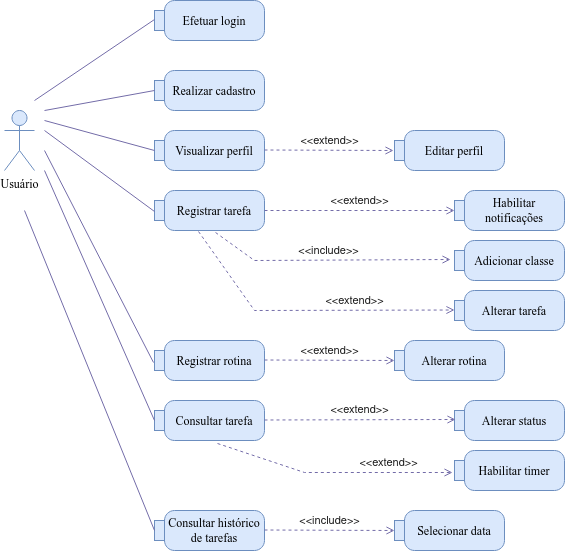
estefanirup/PROJETO-FINAL keeps this draw.io diagram as Diagrama de casos de uso.drawio.png. Above is the earlier version. Source tidied: cells renumbered, new cells last; positions are measured from the earlier drawing's top-left corner, leaving out a move shared by most shapes.
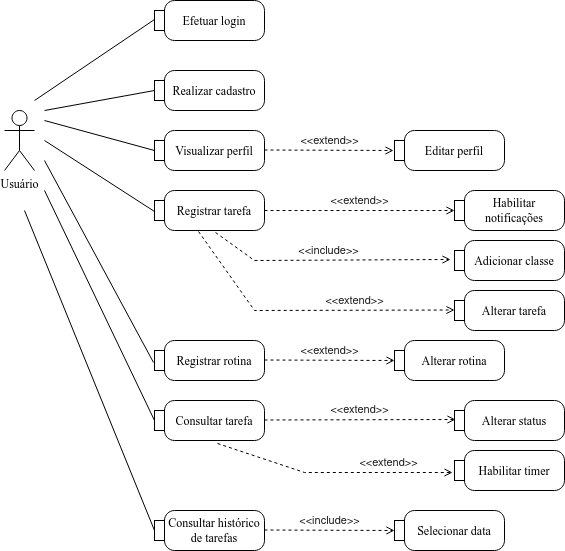
The same diagram one commit later.

Change to the diagram source:
```diff
@@ -2,135 +2,135 @@
   <root>
     <mxCell id="0" />
     <mxCell id="1" parent="0" />
-    <mxCell id="2" value="Usuário" style="shape=umlActor;verticalLabelPosition=bottom;verticalAlign=top;html=1;fillColor=#dae8fc;strokeColor=#6c8ebf;fontFamily=Times New Roman;" parent="1" vertex="1">
+    <mxCell id="2" value="Usuário" style="shape=umlActor;verticalLabelPosition=bottom;verticalAlign=top;html=1;fontFamily=Times New Roman;fillColor=none;" parent="1" vertex="1">
       <mxGeometry y="110" width="30" height="60" as="geometry" />
     </mxCell>
-    <mxCell id="3" value="Efetuar login" style="shape=mxgraph.uml25.action;html=1;align=center;verticalAlign=middle;absoluteArcSize=1;arcSize=10;dashed=0;spacingLeft=10;flipH=1;whiteSpace=wrap;strokeColor=#6c8ebf;fillColor=#dae8fc;fontFamily=Times New Roman;" parent="1" vertex="1">
+    <mxCell id="3" value="Efetuar login" style="shape=mxgraph.uml25.action;html=1;align=center;verticalAlign=middle;absoluteArcSize=1;arcSize=10;dashed=0;spacingLeft=10;flipH=1;whiteSpace=wrap;fontFamily=Times New Roman;fillColor=none;" parent="1" vertex="1">
       <mxGeometry x="150" width="110" height="40" as="geometry" />
     </mxCell>
-    <mxCell id="4" value="Realizar cadastro" style="shape=mxgraph.uml25.action;html=1;align=center;verticalAlign=middle;absoluteArcSize=1;arcSize=10;dashed=0;spacingLeft=10;flipH=1;whiteSpace=wrap;strokeColor=#6c8ebf;fillColor=#dae8fc;fontFamily=Times New Roman;" parent="1" vertex="1">
+    <mxCell id="4" value="Realizar cadastro" style="shape=mxgraph.uml25.action;html=1;align=center;verticalAlign=middle;absoluteArcSize=1;arcSize=10;dashed=0;spacingLeft=10;flipH=1;whiteSpace=wrap;fontFamily=Times New Roman;fillColor=none;" parent="1" vertex="1">
       <mxGeometry x="150" y="70" width="110" height="40" as="geometry" />
     </mxCell>
-    <mxCell id="5" value="Visualizar perfil" style="shape=mxgraph.uml25.action;html=1;align=center;verticalAlign=middle;absoluteArcSize=1;arcSize=10;dashed=0;spacingLeft=10;flipH=1;whiteSpace=wrap;strokeColor=#6c8ebf;fillColor=#dae8fc;fontFamily=Times New Roman;" parent="1" vertex="1">
+    <mxCell id="5" value="Visualizar perfil" style="shape=mxgraph.uml25.action;html=1;align=center;verticalAlign=middle;absoluteArcSize=1;arcSize=10;dashed=0;spacingLeft=10;flipH=1;whiteSpace=wrap;fontFamily=Times New Roman;fillColor=none;" parent="1" vertex="1">
       <mxGeometry x="150" y="130" width="110" height="40" as="geometry" />
     </mxCell>
-    <mxCell id="6" value="Editar perfil" style="shape=mxgraph.uml25.action;html=1;align=center;verticalAlign=middle;absoluteArcSize=1;arcSize=10;dashed=0;spacingLeft=10;flipH=1;whiteSpace=wrap;strokeColor=#6c8ebf;fillColor=#dae8fc;fontFamily=Times New Roman;" parent="1" vertex="1">
+    <mxCell id="6" value="Editar perfil" style="shape=mxgraph.uml25.action;html=1;align=center;verticalAlign=middle;absoluteArcSize=1;arcSize=10;dashed=0;spacingLeft=10;flipH=1;whiteSpace=wrap;fontFamily=Times New Roman;fillColor=none;" parent="1" vertex="1">
       <mxGeometry x="390" y="130" width="110" height="40" as="geometry" />
     </mxCell>
-    <mxCell id="7" value="Registrar tarefa" style="shape=mxgraph.uml25.action;html=1;align=center;verticalAlign=middle;absoluteArcSize=1;arcSize=10;dashed=0;spacingLeft=10;flipH=1;whiteSpace=wrap;strokeColor=#6c8ebf;fillColor=#dae8fc;fontFamily=Times New Roman;" parent="1" vertex="1">
+    <mxCell id="7" value="Registrar tarefa" style="shape=mxgraph.uml25.action;html=1;align=center;verticalAlign=middle;absoluteArcSize=1;arcSize=10;dashed=0;spacingLeft=10;flipH=1;whiteSpace=wrap;fontFamily=Times New Roman;fillColor=none;" parent="1" vertex="1">
       <mxGeometry x="150" y="190" width="110" height="40" as="geometry" />
     </mxCell>
-    <mxCell id="8" value="Registrar rotina" style="shape=mxgraph.uml25.action;html=1;align=center;verticalAlign=middle;absoluteArcSize=1;arcSize=10;dashed=0;spacingLeft=10;flipH=1;whiteSpace=wrap;strokeColor=#6c8ebf;fillColor=#dae8fc;fontFamily=Times New Roman;" parent="1" vertex="1">
+    <mxCell id="8" value="Registrar rotina" style="shape=mxgraph.uml25.action;html=1;align=center;verticalAlign=middle;absoluteArcSize=1;arcSize=10;dashed=0;spacingLeft=10;flipH=1;whiteSpace=wrap;fontFamily=Times New Roman;fillColor=none;" parent="1" vertex="1">
       <mxGeometry x="150" y="340" width="110" height="40" as="geometry" />
     </mxCell>
-    <mxCell id="9" style="endArrow=none;html=1;rounded=0;strokeColor=#736CA8;fontColor=#1A1A1A;entryX=1;entryY=0.475;entryDx=0;entryDy=0;entryPerimeter=0;" parent="1" edge="1" target="3">
+    <mxCell id="9" style="endArrow=none;html=1;rounded=0;fontColor=#1A1A1A;entryX=1;entryY=0.475;entryDx=0;entryDy=0;entryPerimeter=0;fillColor=none;" parent="1" edge="1" target="3">
       <mxGeometry relative="1" as="geometry">
         <mxPoint x="30" y="100" as="sourcePoint" />
       </mxGeometry>
     </mxCell>
-    <mxCell id="10" style="endArrow=none;html=1;rounded=0;strokeColor=#736CA8;fontColor=#1A1A1A;" parent="1" edge="1">
+    <mxCell id="10" style="endArrow=none;html=1;rounded=0;fontColor=#1A1A1A;fillColor=none;" parent="1" edge="1">
       <mxGeometry relative="1" as="geometry">
         <mxPoint x="40" y="110" as="sourcePoint" />
         <mxPoint x="150" y="90" as="targetPoint" />
       </mxGeometry>
     </mxCell>
-    <mxCell id="11" style="endArrow=none;html=1;rounded=0;strokeColor=#736CA8;fontColor=#1A1A1A;entryX=1;entryY=0.525;entryDx=0;entryDy=0;entryPerimeter=0;" parent="1" edge="1" target="7">
+    <mxCell id="11" style="endArrow=none;html=1;rounded=0;fontColor=#1A1A1A;entryX=1;entryY=0.525;entryDx=0;entryDy=0;entryPerimeter=0;fillColor=none;" parent="1" edge="1" target="7">
       <mxGeometry relative="1" as="geometry">
-        <mxPoint x="40" y="130" as="sourcePoint" />
+        <mxPoint x="40" y="140" as="sourcePoint" />
       </mxGeometry>
     </mxCell>
-    <mxCell id="12" style="endArrow=none;html=1;rounded=0;strokeColor=#736CA8;fontColor=#1A1A1A;" parent="1" edge="1">
+    <mxCell id="12" style="endArrow=none;html=1;rounded=0;fontColor=#1A1A1A;fillColor=none;" parent="1" edge="1">
       <mxGeometry relative="1" as="geometry">
         <mxPoint x="40" y="120" as="sourcePoint" />
         <mxPoint x="150" y="150" as="targetPoint" />
       </mxGeometry>
     </mxCell>
-    <mxCell id="13" style="endArrow=none;html=1;rounded=0;strokeColor=#736CA8;fontColor=#1A1A1A;entryX=1.009;entryY=0.55;entryDx=0;entryDy=0;entryPerimeter=0;" parent="1" edge="1" target="8">
+    <mxCell id="13" style="endArrow=none;html=1;rounded=0;fontColor=#1A1A1A;entryX=1.009;entryY=0.55;entryDx=0;entryDy=0;entryPerimeter=0;fillColor=none;" parent="1" edge="1" target="8">
       <mxGeometry relative="1" as="geometry">
-        <mxPoint x="40" y="150" as="sourcePoint" />
+        <mxPoint x="40" y="160" as="sourcePoint" />
       </mxGeometry>
     </mxCell>
-    <mxCell id="14" value="Habilitar notificações" style="shape=mxgraph.uml25.action;html=1;align=center;verticalAlign=middle;absoluteArcSize=1;arcSize=10;dashed=0;spacingLeft=10;flipH=1;whiteSpace=wrap;strokeColor=#6c8ebf;fillColor=#dae8fc;fontFamily=Times New Roman;" parent="1" vertex="1">
+    <mxCell id="14" value="Habilitar notificações" style="shape=mxgraph.uml25.action;html=1;align=center;verticalAlign=middle;absoluteArcSize=1;arcSize=10;dashed=0;spacingLeft=10;flipH=1;whiteSpace=wrap;fontFamily=Times New Roman;fillColor=none;" parent="1" vertex="1">
       <mxGeometry x="450" y="190" width="110" height="40" as="geometry" />
     </mxCell>
-    <mxCell id="15" value="Alterar rotina" style="shape=mxgraph.uml25.action;html=1;align=center;verticalAlign=middle;absoluteArcSize=1;arcSize=10;dashed=0;spacingLeft=10;flipH=1;whiteSpace=wrap;strokeColor=#6c8ebf;fillColor=#dae8fc;fontFamily=Times New Roman;" parent="1" vertex="1">
+    <mxCell id="15" value="Alterar rotina" style="shape=mxgraph.uml25.action;html=1;align=center;verticalAlign=middle;absoluteArcSize=1;arcSize=10;dashed=0;spacingLeft=10;flipH=1;whiteSpace=wrap;fontFamily=Times New Roman;fillColor=none;" parent="1" vertex="1">
       <mxGeometry x="390" y="340" width="110" height="40" as="geometry" />
     </mxCell>
-    <mxCell id="16" value="Habilitar timer" style="shape=mxgraph.uml25.action;html=1;align=center;verticalAlign=middle;absoluteArcSize=1;arcSize=10;dashed=0;spacingLeft=10;flipH=1;whiteSpace=wrap;strokeColor=#6c8ebf;fillColor=#dae8fc;fontFamily=Times New Roman;" parent="1" vertex="1">
+    <mxCell id="16" value="Habilitar timer" style="shape=mxgraph.uml25.action;html=1;align=center;verticalAlign=middle;absoluteArcSize=1;arcSize=10;dashed=0;spacingLeft=10;flipH=1;whiteSpace=wrap;fontFamily=Times New Roman;fillColor=none;" parent="1" vertex="1">
       <mxGeometry x="450" y="450" width="110" height="40" as="geometry" />
     </mxCell>
-    <mxCell id="17" value="Consultar tarefa" style="shape=mxgraph.uml25.action;html=1;align=center;verticalAlign=middle;absoluteArcSize=1;arcSize=10;dashed=0;spacingLeft=10;flipH=1;whiteSpace=wrap;strokeColor=#6c8ebf;fillColor=#dae8fc;fontFamily=Times New Roman;" parent="1" vertex="1">
+    <mxCell id="17" value="Consultar tarefa" style="shape=mxgraph.uml25.action;html=1;align=center;verticalAlign=middle;absoluteArcSize=1;arcSize=10;dashed=0;spacingLeft=10;flipH=1;whiteSpace=wrap;fontFamily=Times New Roman;fillColor=none;" parent="1" vertex="1">
       <mxGeometry x="150" y="400" width="110" height="40" as="geometry" />
     </mxCell>
-    <mxCell id="18" value="Alterar status" style="shape=mxgraph.uml25.action;html=1;align=center;verticalAlign=middle;absoluteArcSize=1;arcSize=10;dashed=0;spacingLeft=10;flipH=1;whiteSpace=wrap;strokeColor=#6c8ebf;fillColor=#dae8fc;fontFamily=Times New Roman;" parent="1" vertex="1">
+    <mxCell id="18" value="Alterar status" style="shape=mxgraph.uml25.action;html=1;align=center;verticalAlign=middle;absoluteArcSize=1;arcSize=10;dashed=0;spacingLeft=10;flipH=1;whiteSpace=wrap;fontFamily=Times New Roman;fillColor=none;" parent="1" vertex="1">
       <mxGeometry x="450" y="400" width="110" height="40" as="geometry" />
     </mxCell>
-    <mxCell id="19" style="endArrow=none;html=1;rounded=0;strokeColor=#736CA8;fontColor=#1A1A1A;entryX=1;entryY=0.5;entryDx=0;entryDy=0;entryPerimeter=0;" parent="1" edge="1" target="17">
+    <mxCell id="19" style="endArrow=none;html=1;rounded=0;fontColor=#1A1A1A;entryX=1;entryY=0.5;entryDx=0;entryDy=0;entryPerimeter=0;fillColor=none;" parent="1" edge="1" target="17">
       <mxGeometry relative="1" as="geometry">
-        <mxPoint x="40" y="170" as="sourcePoint" />
+        <mxPoint x="40" y="190" as="sourcePoint" />
       </mxGeometry>
     </mxCell>
-    <mxCell id="20" value="&amp;lt;&amp;lt;extend&amp;gt;&amp;gt;" style="html=1;verticalAlign=bottom;labelBackgroundColor=none;endArrow=open;endFill=0;dashed=1;rounded=0;strokeColor=#736CA8;fontColor=#1A1A1A;entryX=1.009;entryY=0.5;entryDx=0;entryDy=0;entryPerimeter=0;" parent="1" edge="1" target="6">
+    <mxCell id="20" value="&amp;lt;&amp;lt;extend&amp;gt;&amp;gt;" style="html=1;verticalAlign=bottom;labelBackgroundColor=none;endArrow=open;endFill=0;dashed=1;rounded=0;fontColor=#1A1A1A;entryX=1.009;entryY=0.5;entryDx=0;entryDy=0;entryPerimeter=0;fillColor=none;" parent="1" edge="1" target="6">
       <mxGeometry relative="1" as="geometry">
         <mxPoint x="260" y="149.5" as="sourcePoint" />
       </mxGeometry>
     </mxCell>
-    <mxCell id="21" value="&amp;lt;&amp;lt;extend&amp;gt;&amp;gt;" style="html=1;verticalAlign=bottom;labelBackgroundColor=none;endArrow=open;endFill=0;dashed=1;rounded=0;strokeColor=#736CA8;fontColor=#1A1A1A;" parent="1" edge="1">
+    <mxCell id="21" value="&amp;lt;&amp;lt;extend&amp;gt;&amp;gt;" style="html=1;verticalAlign=bottom;labelBackgroundColor=none;endArrow=open;endFill=0;dashed=1;rounded=0;fontColor=#1A1A1A;fillColor=none;" parent="1" edge="1">
       <mxGeometry relative="1" as="geometry">
         <mxPoint x="260" y="210" as="sourcePoint" />
         <mxPoint x="450" y="210" as="targetPoint" />
       </mxGeometry>
     </mxCell>
-    <mxCell id="22" value="&amp;lt;&amp;lt;extend&amp;gt;&amp;gt;" style="html=1;verticalAlign=bottom;labelBackgroundColor=none;endArrow=open;endFill=0;dashed=1;rounded=0;strokeColor=#736CA8;fontColor=#1A1A1A;" parent="1" edge="1">
+    <mxCell id="22" value="&amp;lt;&amp;lt;extend&amp;gt;&amp;gt;" style="html=1;verticalAlign=bottom;labelBackgroundColor=none;endArrow=open;endFill=0;dashed=1;rounded=0;fontColor=#1A1A1A;fillColor=none;" parent="1" edge="1">
       <mxGeometry relative="1" as="geometry">
         <mxPoint x="260" y="359.5" as="sourcePoint" />
         <mxPoint x="390" y="360" as="targetPoint" />
       </mxGeometry>
     </mxCell>
-    <mxCell id="23" value="&amp;lt;&amp;lt;extend&amp;gt;&amp;gt;" style="html=1;verticalAlign=bottom;labelBackgroundColor=none;endArrow=open;endFill=0;dashed=1;rounded=0;strokeColor=#736CA8;fontColor=#1A1A1A;entryX=0.991;entryY=0.475;entryDx=0;entryDy=0;entryPerimeter=0;" parent="1" edge="1" target="18">
+    <mxCell id="23" value="&amp;lt;&amp;lt;extend&amp;gt;&amp;gt;" style="html=1;verticalAlign=bottom;labelBackgroundColor=none;endArrow=open;endFill=0;dashed=1;rounded=0;fontColor=#1A1A1A;entryX=0.991;entryY=0.475;entryDx=0;entryDy=0;entryPerimeter=0;fillColor=none;" parent="1" edge="1" target="18">
       <mxGeometry relative="1" as="geometry">
         <mxPoint x="260" y="419.5" as="sourcePoint" />
       </mxGeometry>
     </mxCell>
-    <mxCell id="24" value="&amp;lt;&amp;lt;extend&amp;gt;&amp;gt;" style="html=1;verticalAlign=bottom;labelBackgroundColor=none;endArrow=open;endFill=0;dashed=1;rounded=0;strokeColor=#736CA8;fontColor=#1A1A1A;entryX=1.018;entryY=0.55;entryDx=0;entryDy=0;entryPerimeter=0;exitX=0.427;exitY=1.075;exitDx=0;exitDy=0;exitPerimeter=0;" parent="1" edge="1" source="17" target="16">
+    <mxCell id="24" value="&amp;lt;&amp;lt;extend&amp;gt;&amp;gt;" style="html=1;verticalAlign=bottom;labelBackgroundColor=none;endArrow=open;endFill=0;dashed=1;rounded=0;fontColor=#1A1A1A;entryX=1.018;entryY=0.55;entryDx=0;entryDy=0;entryPerimeter=0;exitX=0.427;exitY=1.075;exitDx=0;exitDy=0;exitPerimeter=0;fillColor=none;" parent="1" edge="1" source="17" target="16">
       <mxGeometry x="0.47" relative="1" as="geometry">
         <Array as="points">
           <mxPoint x="300" y="472" />
         </Array>
       </mxGeometry>
     </mxCell>
-    <mxCell id="25" value="Adicionar classe " style="shape=mxgraph.uml25.action;html=1;align=center;verticalAlign=middle;absoluteArcSize=1;arcSize=10;dashed=0;spacingLeft=10;flipH=1;whiteSpace=wrap;strokeColor=#6c8ebf;fillColor=#dae8fc;fontFamily=Times New Roman;" parent="1" vertex="1">
+    <mxCell id="25" value="Adicionar classe " style="shape=mxgraph.uml25.action;html=1;align=center;verticalAlign=middle;absoluteArcSize=1;arcSize=10;dashed=0;spacingLeft=10;flipH=1;whiteSpace=wrap;fontFamily=Times New Roman;fillColor=none;" parent="1" vertex="1">
       <mxGeometry x="450" y="240" width="110" height="40" as="geometry" />
     </mxCell>
-    <mxCell id="26" value="&amp;lt;&amp;lt;include&amp;gt;&amp;gt;" style="html=1;verticalAlign=bottom;labelBackgroundColor=none;endArrow=open;endFill=0;dashed=1;rounded=0;strokeColor=#736CA8;fontColor=#1A1A1A;exitX=0.445;exitY=1.05;exitDx=0;exitDy=0;exitPerimeter=0;entryX=1.036;entryY=0.475;entryDx=0;entryDy=0;entryPerimeter=0;" parent="1" edge="1" source="7" target="25">
+    <mxCell id="26" value="&amp;lt;&amp;lt;include&amp;gt;&amp;gt;" style="html=1;verticalAlign=bottom;labelBackgroundColor=none;endArrow=open;endFill=0;dashed=1;rounded=0;fontColor=#1A1A1A;exitX=0.445;exitY=1.05;exitDx=0;exitDy=0;exitPerimeter=0;entryX=1.036;entryY=0.475;entryDx=0;entryDy=0;entryPerimeter=0;fillColor=none;" parent="1" edge="1" source="7" target="25">
       <mxGeometry relative="1" as="geometry">
         <Array as="points">
           <mxPoint x="250" y="260" />
         </Array>
       </mxGeometry>
     </mxCell>
-    <mxCell id="27" value="Consultar histórico de tarefas" style="shape=mxgraph.uml25.action;html=1;align=center;verticalAlign=middle;absoluteArcSize=1;arcSize=10;dashed=0;spacingLeft=10;flipH=1;whiteSpace=wrap;strokeColor=#6c8ebf;fillColor=#dae8fc;fontFamily=Times New Roman;" parent="1" vertex="1">
+    <mxCell id="27" value="Consultar histórico de tarefas" style="shape=mxgraph.uml25.action;html=1;align=center;verticalAlign=middle;absoluteArcSize=1;arcSize=10;dashed=0;spacingLeft=10;flipH=1;whiteSpace=wrap;fontFamily=Times New Roman;fillColor=none;" parent="1" vertex="1">
       <mxGeometry x="150" y="510" width="110" height="40" as="geometry" />
     </mxCell>
-    <mxCell id="28" style="endArrow=none;html=1;rounded=0;strokeColor=#736CA8;fontColor=#1A1A1A;" parent="1" edge="1">
+    <mxCell id="28" style="endArrow=none;html=1;rounded=0;fontColor=#1A1A1A;fillColor=none;" parent="1" edge="1">
       <mxGeometry relative="1" as="geometry">
         <mxPoint x="20" y="210" as="sourcePoint" />
         <mxPoint x="150" y="530" as="targetPoint" />
       </mxGeometry>
     </mxCell>
-    <mxCell id="29" value="Selecionar data" style="shape=mxgraph.uml25.action;html=1;align=center;verticalAlign=middle;absoluteArcSize=1;arcSize=10;dashed=0;spacingLeft=10;flipH=1;whiteSpace=wrap;strokeColor=#6c8ebf;fillColor=#dae8fc;fontFamily=Times New Roman;" parent="1" vertex="1">
+    <mxCell id="29" value="Selecionar data" style="shape=mxgraph.uml25.action;html=1;align=center;verticalAlign=middle;absoluteArcSize=1;arcSize=10;dashed=0;spacingLeft=10;flipH=1;whiteSpace=wrap;fontFamily=Times New Roman;fillColor=none;" parent="1" vertex="1">
       <mxGeometry x="390" y="510" width="110" height="40" as="geometry" />
     </mxCell>
-    <mxCell id="30" value="&amp;lt;&amp;lt;include&amp;gt;&amp;gt;" style="html=1;verticalAlign=bottom;labelBackgroundColor=none;endArrow=open;endFill=0;dashed=1;rounded=0;strokeColor=#736CA8;fontColor=#1A1A1A;" parent="1" edge="1">
+    <mxCell id="30" value="&amp;lt;&amp;lt;include&amp;gt;&amp;gt;" style="html=1;verticalAlign=bottom;labelBackgroundColor=none;endArrow=open;endFill=0;dashed=1;rounded=0;fontColor=#1A1A1A;fillColor=none;" parent="1" edge="1">
       <mxGeometry relative="1" as="geometry">
         <mxPoint x="260" y="529.5" as="sourcePoint" />
         <mxPoint x="390" y="530" as="targetPoint" />
       </mxGeometry>
     </mxCell>
-    <mxCell id="31" value="Alterar tarefa" style="shape=mxgraph.uml25.action;html=1;align=center;verticalAlign=middle;absoluteArcSize=1;arcSize=10;dashed=0;spacingLeft=10;flipH=1;whiteSpace=wrap;strokeColor=#6c8ebf;fillColor=#dae8fc;fontFamily=Times New Roman;" parent="1" vertex="1">
+    <mxCell id="31" value="Alterar tarefa" style="shape=mxgraph.uml25.action;html=1;align=center;verticalAlign=middle;absoluteArcSize=1;arcSize=10;dashed=0;spacingLeft=10;flipH=1;whiteSpace=wrap;fontFamily=Times New Roman;fillColor=none;" parent="1" vertex="1">
       <mxGeometry x="450" y="290" width="110" height="40" as="geometry" />
     </mxCell>
-    <mxCell id="32" value="&amp;lt;&amp;lt;extend&amp;gt;&amp;gt;" style="html=1;verticalAlign=bottom;labelBackgroundColor=none;endArrow=open;endFill=0;dashed=1;rounded=0;strokeColor=#736CA8;fontColor=#1A1A1A;exitX=0.6;exitY=1.025;exitDx=0;exitDy=0;exitPerimeter=0;" parent="1" edge="1" source="7">
+    <mxCell id="32" value="&amp;lt;&amp;lt;extend&amp;gt;&amp;gt;" style="html=1;verticalAlign=bottom;labelBackgroundColor=none;endArrow=open;endFill=0;dashed=1;rounded=0;fontColor=#1A1A1A;exitX=0.6;exitY=1.025;exitDx=0;exitDy=0;exitPerimeter=0;fillColor=none;" parent="1" edge="1" source="7">
       <mxGeometry x="0.33" relative="1" as="geometry">
         <mxPoint x="450" y="309.5" as="targetPoint" />
         <Array as="points">
```
